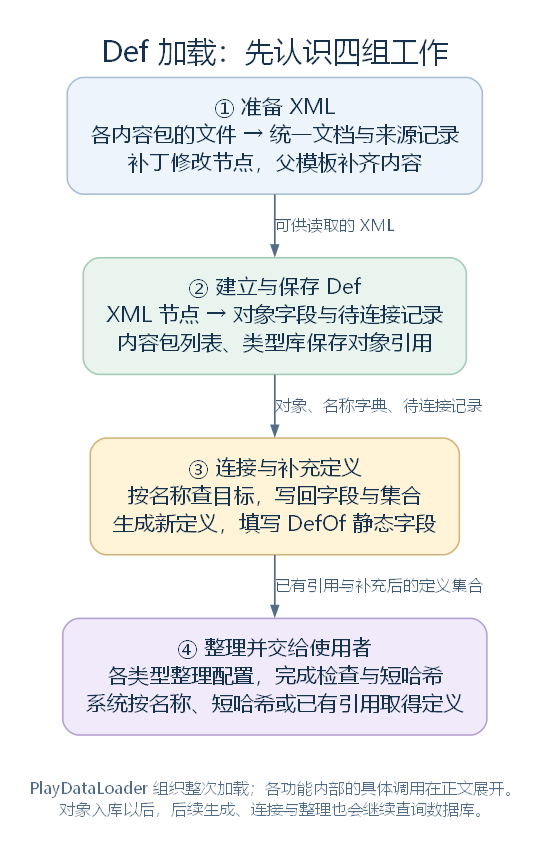
Before: docs/readable/chapters/03-def-framework/figures/def-load-overview.png, a diagram exported from Graphviz (Sil1cateS/rimworld-deconstruction). Its source is kept beside it as docs/readable/chapters/03-def-framework/figures/def-load-overview.dot.
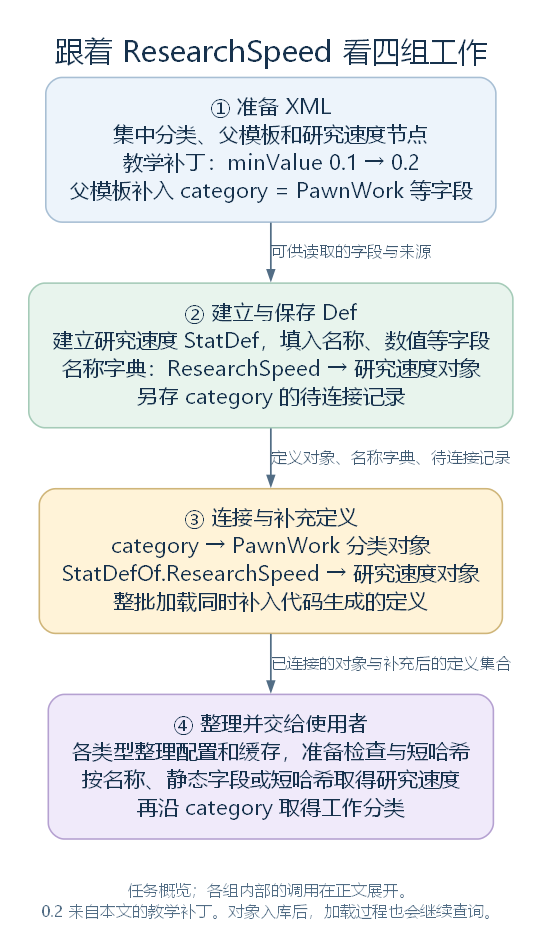
The same file after the commit.

What changed in the source:
```diff
@@ -1,14 +1,14 @@
 digraph DefLoadOverview {
-  graph [rankdir=TB, bgcolor="white", pad="0.3", nodesep="0.4", ranksep="0.45", splines=polyline, fontname="Microsoft YaHei", fontsize=22, fontcolor="#17324d", labelloc=t, label="Def 加载：先认识四组工作"];
+  graph [rankdir=TB, bgcolor="white", pad="0.3", nodesep="0.4", ranksep="0.42", splines=polyline, fontname="Microsoft YaHei", fontsize=22, fontcolor="#17324d", labelloc=t, label="跟着 ResearchSpeed 看四组工作"];
   node [shape=box, style="rounded,filled", fillcolor="#edf4fb", color="#a8bfd4", fontname="Microsoft YaHei", fontsize=16, fontcolor="#17324d", margin="0.24,0.17", penwidth=1.2];
   edge [color="#526d85", fontname="Microsoft YaHei", fontsize=12, fontcolor="#415b73", arrowsize=0.75, penwidth=1.3];
-  xml [label="① 准备 XML\n各内容包的文件 → 统一文档与来源记录\n补丁修改节点，父模板补齐内容"];
-  objects [label="② 建立与保存 Def\nXML 节点 → 对象字段与待连接记录\n内容包列表、类型库保存对象引用", fillcolor="#e8f4ed", color="#a5cbb8"];
-  connect [label="③ 连接与补充定义\n按名称查目标，写回字段与集合\n生成新定义，填写 DefOf 静态字段", fillcolor="#fff3d8", color="#cfb579"];
-  use [label="④ 整理并交给使用者\n各类型整理配置，完成检查与短哈希\n系统按名称、短哈希或已有引用取得定义", fillcolor="#f0eafa", color="#b5a1d1"];
-  xml -> objects [label="可供读取的 XML"];
-  objects -> connect [label="对象、名称字典、待连接记录"];
-  connect -> use [label="已有引用与补充后的定义集合"];
-  legend [shape=plain, style="", fontsize=12, fontcolor="#526d85", label="PlayDataLoader 组织整次加载；各功能内部的具体调用在正文展开。\n对象入库以后，后续生成、连接与整理也会继续查询数据库。"];
+  xml [label="① 准备 XML\n集中分类、父模板和研究速度节点\n教学补丁：minValue 0.1 → 0.2\n父模板补入 category = PawnWork 等字段"];
+  objects [label="② 建立与保存 Def\n建立研究速度 StatDef，填入名称、数值等字段\n名称字典：ResearchSpeed → 研究速度对象\n另存 category 的待连接记录", fillcolor="#e8f4ed", color="#a5cbb8"];
+  connect [label="③ 连接与补充定义\ncategory → PawnWork 分类对象\nStatDefOf.ResearchSpeed → 研究速度对象\n整批加载同时补入代码生成的定义", fillcolor="#fff3d8", color="#cfb579"];
+  use [label="④ 整理并交给使用者\n各类型整理配置和缓存，准备检查与短哈希\n按名称、静态字段或短哈希取得研究速度\n再沿 category 取得工作分类", fillcolor="#f0eafa", color="#b5a1d1"];
+  xml -> objects [label="可供读取的字段与来源"];
+  objects -> connect [label="定义对象、名称字典、待连接记录"];
+  connect -> use [label="已连接的对象与补充后的定义集合"];
+  legend [shape=plain, style="", fontsize=12, fontcolor="#526d85", label="任务概览；各组内部的调用在正文展开。\n0.2 来自本文的教学补丁。对象入库后，加载过程也会继续查询。"];
   use -> legend [style=invis];
 }
```
